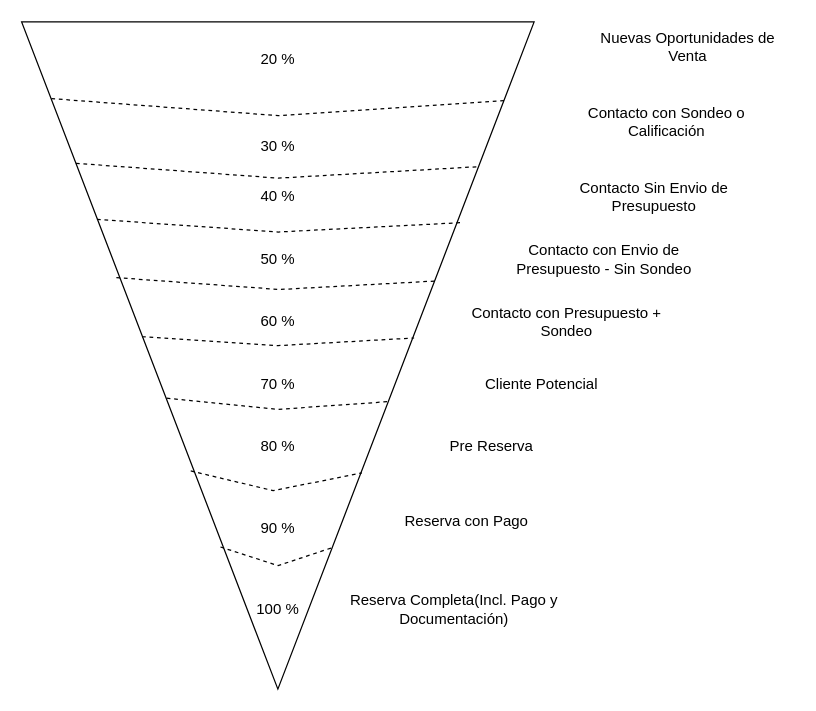
Before: Enbudo.drawio in ss-vector/ss-vector, a draw.io diagram. Source tidied: cells renumbered, new cells numbered last; positions are measured from the earlier drawing's top-left corner, leaving out a move shared by most shapes. Both pictures are drawn from the tidied source at 125%, with x=0, y=0 at pixel (-56, 28).
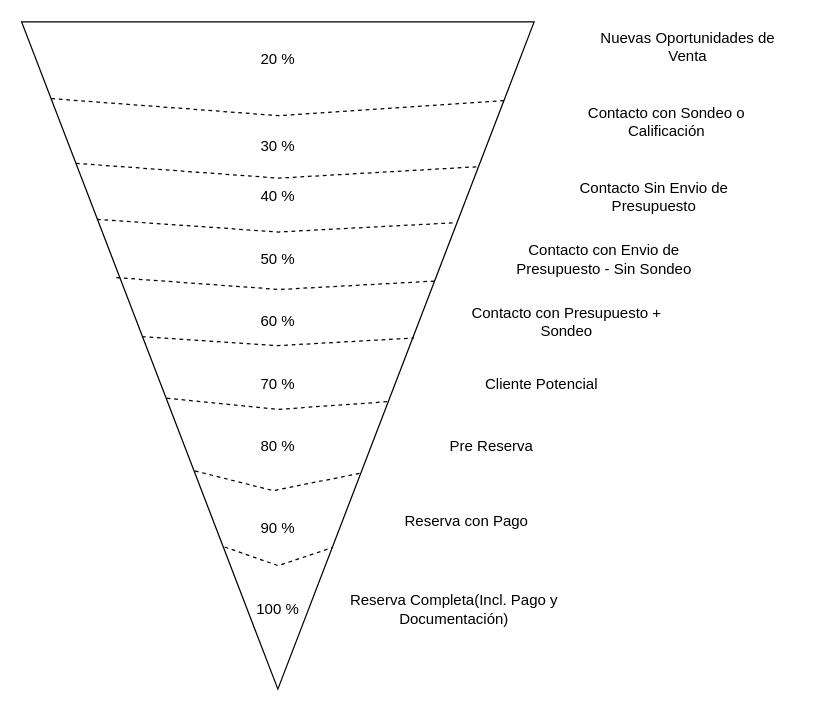
Above is the later version.

The change refers to these unchanged cells:
```xml
<mxCell id="2" style="triangle;whiteSpace=wrap;html=1;rotation=90;" parent="1" vertex="1">
  <mxGeometry x="-0.1" y="56.9" width="533.8" height="410" as="geometry" />
</mxCell>
```

Diff of the diagram source:
```diff
@@
     <mxCell id="13" style="endArrow=none;dashed=1;html=1;rounded=0;exitX=0.212;exitY=0.894;exitDx=0;exitDy=0;exitPerimeter=0;entryX=0.217;entryY=0.108;entryDx=0;entryDy=0;entryPerimeter=0;" parent="1" edge="1" source="2" target="2">
       <mxGeometry x="0.04" y="10" relative="1" as="geometry">
         <Array as="points">
-          <mxPoint x="267.1" y="120" />
+          <mxPoint x="267.2" y="120" />
         </Array>
       </mxGeometry>
     </mxCell>
-    <mxCell id="14" style="endArrow=none;dashed=1;html=1;rounded=0;entryX=0.301;entryY=0.144;entryDx=0;entryDy=0;entryPerimeter=0;exitX=0.296;exitY=0.853;exitDx=0;exitDy=0;exitPerimeter=0;" parent="1" edge="1" source="2" target="2">
+    <mxCell id="14" style="endArrow=none;dashed=1;html=1;rounded=0;entryX=0.301;entryY=0.153;entryDx=0;entryDy=0;entryPerimeter=0;exitX=0.296;exitY=0.853;exitDx=0;exitDy=0;exitPerimeter=0;" parent="1" edge="1" source="2" target="2">
       <mxGeometry x="0.04" y="10" relative="1" as="geometry">
         <Array as="points">
-          <mxPoint x="267.1" y="163.1" />
+          <mxPoint x="267.2" y="163.1" />
         </Array>
       </mxGeometry>
     </mxCell>
@@
-    <mxCell id="18" style="endArrow=none;dashed=1;html=1;rounded=0;entryX=0.676;entryY=0.336;entryDx=0;entryDy=0;entryPerimeter=0;exitX=0.673;exitY=0.67;exitDx=0;exitDy=0;exitPerimeter=0;" parent="1" edge="1" source="2" target="2">
+    <mxCell id="18" style="endArrow=none;dashed=1;html=1;rounded=0;entryX=0.676;entryY=0.336;entryDx=0;entryDy=0;entryPerimeter=0;exitX=0.673;exitY=0.662;exitDx=0;exitDy=0;exitPerimeter=0;" parent="1" edge="1" source="2" target="2">
       <mxGeometry x="0.04" y="10" relative="1" as="geometry">
         <Array as="points">
           <mxPoint x="263" y="370" />
         </Array>
       </mxGeometry>
     </mxCell>
-    <mxCell id="19" style="endArrow=none;dashed=1;html=1;rounded=0;entryX=0.788;entryY=0.394;entryDx=0;entryDy=0;entryPerimeter=0;exitX=0.787;exitY=0.612;exitDx=0;exitDy=0;exitPerimeter=0;" parent="1" edge="1" source="2" target="2">
+    <mxCell id="19" style="endArrow=none;dashed=1;html=1;rounded=0;entryX=0.788;entryY=0.394;entryDx=0;entryDy=0;entryPerimeter=0;exitX=0.787;exitY=0.604;exitDx=0;exitDy=0;exitPerimeter=0;" parent="1" edge="1" source="2" target="2">
       <mxGeometry x="0.04" y="10" relative="1" as="geometry">
         <Array as="points">
           <mxPoint x="267" y="430" />
         </Array>
       </mxGeometry>
     </mxCell>
```
